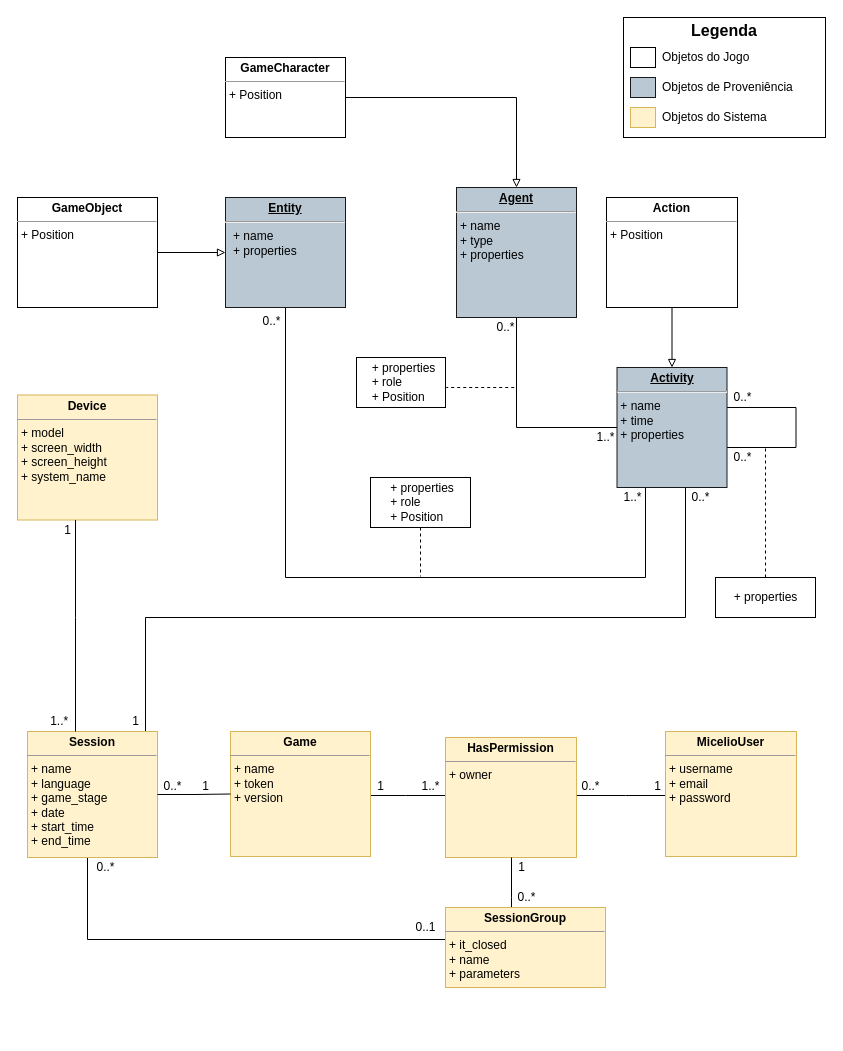
multisens/micelio keeps this draw.io diagram as page "WebAPI Class Model" (5 of 11) of Documentation/Diagramas/Modelo De Dados Proveniencia.drawio. Above is the earlier version. Source tidied: cells renumbered, new cells numbered last; positions are measured from the earlier drawing's top-left corner, leaving out a move shared by most shapes. Both pictures are drawn from the tidied source at 100%, with x=0, y=0 at pixel (17, 17).
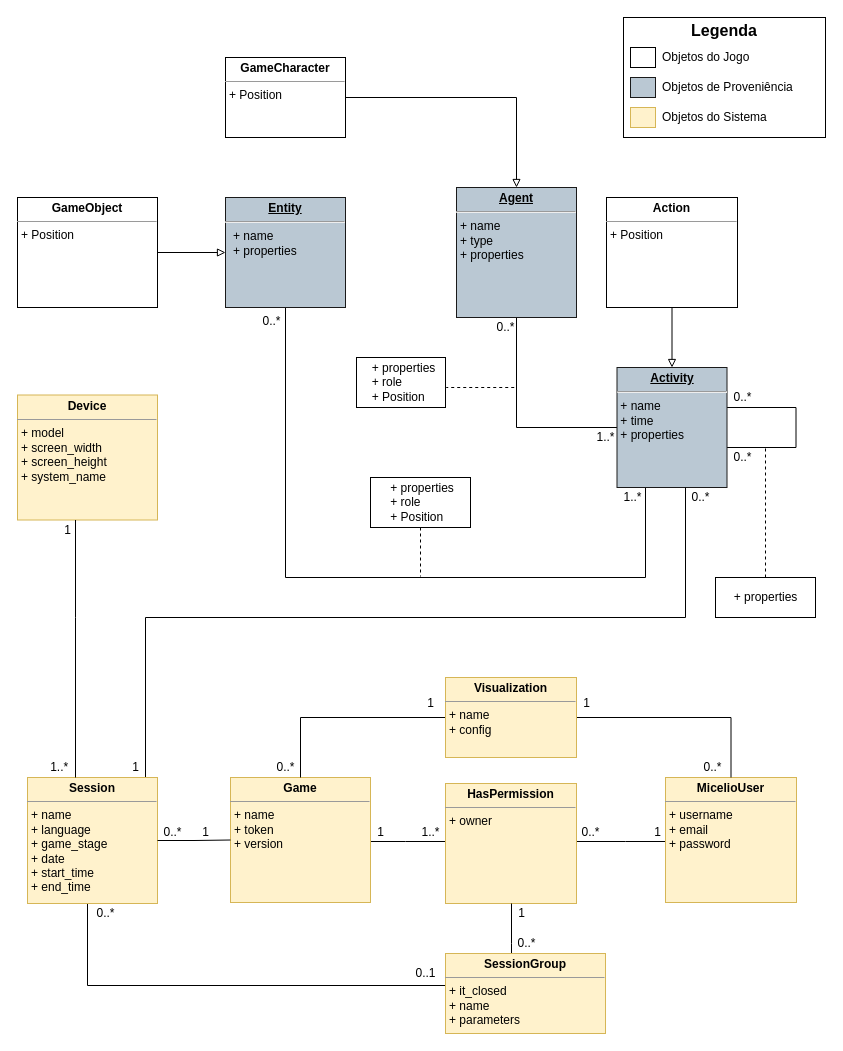
The same diagram, later.

What changed in the source:
```diff
@@
     <mxCell id="14" style="edgeStyle=orthogonalEdgeStyle;rounded=0;jettySize=auto;html=1;endArrow=none;endFill=0;" parent="1" edge="1" source="15" target="51">
       <mxGeometry relative="1" as="geometry">
         <Array as="points">
-          <mxPoint x="70" y="922" />
+          <mxPoint x="70" y="968" />
         </Array>
       </mxGeometry>
     </mxCell>
     <mxCell id="15" value="&lt;p style=&quot;margin: 0px ; margin-top: 4px ; text-align: center&quot;&gt;&lt;b&gt;Session&lt;/b&gt;&lt;/p&gt;&lt;hr size=&quot;1&quot;&gt;&lt;p style=&quot;margin: 0px ; margin-left: 4px&quot;&gt;&lt;span&gt;+ name&lt;/span&gt;&lt;br&gt;&lt;/p&gt;&lt;p style=&quot;margin: 0px ; margin-left: 4px&quot;&gt;+ language&lt;br&gt;&lt;/p&gt;&lt;p style=&quot;margin: 0px ; margin-left: 4px&quot;&gt;+ game_stage&lt;/p&gt;&lt;p style=&quot;margin: 0px ; margin-left: 4px&quot;&gt;+ date&lt;/p&gt;&lt;p style=&quot;margin: 0px ; margin-left: 4px&quot;&gt;&lt;span&gt;+ start_time&lt;/span&gt;&lt;/p&gt;&lt;p style=&quot;margin: 0px ; margin-left: 4px&quot;&gt;+ end_time&lt;/p&gt;&lt;p style=&quot;margin: 0px ; margin-left: 4px&quot;&gt;&lt;br&gt;&lt;/p&gt;" style="verticalAlign=top;align=left;overflow=fill;fontSize=12;fontFamily=Helvetica;html=1;strokeColor=#d6b656;fillColor=#fff2cc;" parent="1" vertex="1">
-      <mxGeometry x="10" y="714" width="130" height="126" as="geometry" />
+      <mxGeometry x="10" y="760" width="130" height="126" as="geometry" />
     </mxCell>
@@
     <mxCell id="17" style="edgeStyle=orthogonalEdgeStyle;rounded=0;jettySize=auto;html=1;endArrow=none;endFill=0;" parent="1" edge="1" source="18" target="47">
       <mxGeometry relative="1" as="geometry">
         <Array as="points">
-          <mxPoint x="388" y="778" />
-          <mxPoint x="388" y="778" />
+          <mxPoint x="388" y="824" />
+          <mxPoint x="388" y="824" />
         </Array>
       </mxGeometry>
     </mxCell>
     <mxCell id="18" value="&lt;p style=&quot;margin: 0px ; margin-top: 4px ; text-align: center&quot;&gt;&lt;b&gt;Game&lt;/b&gt;&lt;/p&gt;&lt;hr size=&quot;1&quot;&gt;&lt;p style=&quot;margin: 0px ; margin-left: 4px&quot;&gt;&lt;span&gt;+ name&lt;/span&gt;&lt;br&gt;&lt;/p&gt;&lt;p style=&quot;margin: 0px ; margin-left: 4px&quot;&gt;+ token&lt;/p&gt;&lt;p style=&quot;margin: 0px ; margin-left: 4px&quot;&gt;&lt;span&gt;+ version&lt;/span&gt;&lt;/p&gt;" style="verticalAlign=top;align=left;overflow=fill;fontSize=12;fontFamily=Helvetica;html=1;strokeColor=#d6b656;fillColor=#fff2cc;" parent="1" vertex="1">
-      <mxGeometry x="213" y="714" width="140" height="125" as="geometry" />
+      <mxGeometry x="213" y="760" width="140" height="125" as="geometry" />
     </mxCell>
@@
     <mxCell id="22" value="1" style="text;html=1;align=center;verticalAlign=middle;" parent="1" vertex="1">
-      <mxGeometry x="108" y="694" width="20" height="20" as="geometry" />
+      <mxGeometry x="108" y="740" width="20" height="20" as="geometry" />
     </mxCell>
@@
     <mxCell id="41" style="edgeStyle=orthogonalEdgeStyle;rounded=0;jettySize=auto;html=1;endArrow=none;endFill=0;" parent="1" edge="1" source="42" target="47">
       <mxGeometry relative="1" as="geometry">
         <Array as="points">
-          <mxPoint x="608" y="778" />
-          <mxPoint x="608" y="778" />
+          <mxPoint x="608" y="824" />
+          <mxPoint x="608" y="824" />
         </Array>
       </mxGeometry>
     </mxCell>
     <mxCell id="42" value="&lt;p style=&quot;margin: 0px ; margin-top: 4px ; text-align: center&quot;&gt;&lt;b&gt;MicelioUser&lt;/b&gt;&lt;/p&gt;&lt;hr size=&quot;1&quot;&gt;&lt;p style=&quot;margin: 0px ; margin-left: 4px&quot;&gt;&lt;span&gt;+ username&lt;/span&gt;&lt;br&gt;&lt;/p&gt;&lt;p style=&quot;margin: 0px ; margin-left: 4px&quot;&gt;+ email&lt;/p&gt;&lt;p style=&quot;margin: 0px ; margin-left: 4px&quot;&gt;+ password&lt;/p&gt;&lt;p style=&quot;margin: 0px ; margin-left: 4px&quot;&gt;&lt;/p&gt;" style="verticalAlign=top;align=left;overflow=fill;fontSize=12;fontFamily=Helvetica;html=1;strokeColor=#d6b656;fillColor=#fff2cc;" parent="1" vertex="1">
-      <mxGeometry x="648" y="714" width="131" height="125" as="geometry" />
+      <mxGeometry x="648" y="760" width="131" height="125" as="geometry" />
     </mxCell>
@@
     <mxCell id="45" value="1" style="text;html=1;align=center;verticalAlign=middle;" parent="1" vertex="1">
-      <mxGeometry x="353" y="759" width="20" height="20" as="geometry" />
+      <mxGeometry x="353" y="805" width="20" height="20" as="geometry" />
     </mxCell>
     <mxCell id="46" value="1" style="text;html=1;align=center;verticalAlign=middle;" parent="1" vertex="1">
-      <mxGeometry x="629.5" y="759" width="20" height="20" as="geometry" />
+      <mxGeometry x="629.5" y="805" width="20" height="20" as="geometry" />
     </mxCell>
     <mxCell id="47" value="&lt;p style=&quot;margin: 0px ; margin-top: 4px ; text-align: center&quot;&gt;&lt;b&gt;HasPermission&lt;/b&gt;&lt;/p&gt;&lt;hr size=&quot;1&quot;&gt;&lt;p style=&quot;margin: 0px ; margin-left: 4px&quot;&gt;&lt;span style=&quot;text-align: center&quot;&gt;+ owner&amp;nbsp;&lt;/span&gt;&lt;br&gt;&lt;/p&gt;&lt;p style=&quot;margin: 0px ; margin-left: 4px&quot;&gt;&lt;/p&gt;" style="verticalAlign=top;align=left;overflow=fill;fontSize=12;fontFamily=Helvetica;html=1;strokeColor=#d6b656;fillColor=#fff2cc;" parent="1" vertex="1">
-      <mxGeometry x="428" y="720" width="131" height="120" as="geometry" />
+      <mxGeometry x="428" y="766" width="131" height="120" as="geometry" />
     </mxCell>
     <mxCell id="48" value="1..*" style="text;html=1;align=center;verticalAlign=middle;" parent="1" vertex="1">
-      <mxGeometry x="398" y="759" width="30" height="20" as="geometry" />
+      <mxGeometry x="398" y="805" width="30" height="20" as="geometry" />
     </mxCell>
     <mxCell id="49" value="0..*" style="text;html=1;align=center;verticalAlign=middle;" parent="1" vertex="1">
-      <mxGeometry x="558" y="759" width="30" height="20" as="geometry" />
+      <mxGeometry x="558" y="805" width="30" height="20" as="geometry" />
     </mxCell>
     <mxCell id="50" style="edgeStyle=orthogonalEdgeStyle;rounded=0;jettySize=auto;html=1;endArrow=none;endFill=0;" parent="1" edge="1" source="51" target="47">
       <mxGeometry relative="1" as="geometry">
         <Array as="points">
-          <mxPoint x="494" y="880" />
-          <mxPoint x="494" y="880" />
+          <mxPoint x="494" y="926" />
+          <mxPoint x="494" y="926" />
         </Array>
       </mxGeometry>
     </mxCell>
     <mxCell id="51" value="&lt;p style=&quot;margin: 0px ; margin-top: 4px ; text-align: center&quot;&gt;&lt;b&gt;SessionGroup&lt;/b&gt;&lt;/p&gt;&lt;hr size=&quot;1&quot;&gt;&lt;p style=&quot;margin: 0px ; margin-left: 4px&quot;&gt;&lt;span style=&quot;text-align: center&quot;&gt;+ it_closed&lt;/span&gt;&lt;br&gt;&lt;/p&gt;&lt;p style=&quot;margin: 0px ; margin-left: 4px&quot;&gt;+ name&lt;/p&gt;&lt;p style=&quot;margin: 0px ; margin-left: 4px&quot;&gt;&lt;span style=&quot;text-align: center&quot;&gt;+ parameters&lt;/span&gt;&lt;/p&gt;&lt;p style=&quot;margin: 0px ; margin-left: 4px&quot;&gt;&lt;/p&gt;" style="verticalAlign=top;align=left;overflow=fill;fontSize=12;fontFamily=Helvetica;html=1;strokeColor=#d6b656;fillColor=#fff2cc;" parent="1" vertex="1">
-      <mxGeometry x="428" y="890" width="160" height="80" as="geometry" />
+      <mxGeometry x="428" y="936" width="160" height="80" as="geometry" />
     </mxCell>
@@
     <mxCell id="54" value="&amp;nbsp;1..*" style="text;html=1;align=center;verticalAlign=middle;" parent="1" vertex="1">
-      <mxGeometry x="20" y="694" width="40" height="20" as="geometry" />
+      <mxGeometry x="20" y="740" width="40" height="20" as="geometry" />
     </mxCell>
     <mxCell id="55" style="edgeStyle=orthogonalEdgeStyle;rounded=0;jettySize=auto;html=1;endArrow=none;endFill=0;" parent="1" edge="1" source="15" target="18">
-      <mxGeometry x="148" y="555" as="geometry" />
+      <mxGeometry x="148" y="601" as="geometry" />
     </mxCell>
     <mxCell id="56" value="1" style="text;html=1;align=center;verticalAlign=middle;" parent="1" vertex="1">
-      <mxGeometry x="178" y="759" width="20" height="20" as="geometry" />
+      <mxGeometry x="178" y="805" width="20" height="20" as="geometry" />
     </mxCell>
     <mxCell id="57" value="0..*" style="text;html=1;align=center;verticalAlign=middle;" parent="1" vertex="1">
-      <mxGeometry x="140" y="759" width="30" height="20" as="geometry" />
+      <mxGeometry x="140" y="805" width="30" height="20" as="geometry" />
     </mxCell>
     <mxCell id="58" value="0..1" style="text;html=1;align=center;verticalAlign=middle;" parent="1" vertex="1">
-      <mxGeometry x="388" y="900" width="40" height="20" as="geometry" />
+      <mxGeometry x="388" y="946" width="40" height="20" as="geometry" />
     </mxCell>
     <mxCell id="59" value="0..*" style="text;html=1;align=center;verticalAlign=middle;" parent="1" vertex="1">
-      <mxGeometry x="73" y="840" width="30" height="20" as="geometry" />
+      <mxGeometry x="73" y="886" width="30" height="20" as="geometry" />
     </mxCell>
     <mxCell id="60" value="1" style="text;html=1;align=center;verticalAlign=middle;" parent="1" vertex="1">
-      <mxGeometry x="494" y="840" width="20" height="20" as="geometry" />
+      <mxGeometry x="494" y="886" width="20" height="20" as="geometry" />
     </mxCell>
     <mxCell id="61" value="0..*" style="text;html=1;align=center;verticalAlign=middle;" parent="1" vertex="1">
-      <mxGeometry x="494" y="870" width="30" height="20" as="geometry" />
+      <mxGeometry x="494" y="916" width="30" height="20" as="geometry" />
     </mxCell>
+    <mxCell id="62" style="edgeStyle=orthogonalEdgeStyle;rounded=0;jettySize=auto;html=1;strokeColor=#000000;endArrow=none;endFill=0;" parent="1" edge="1" source="64" target="42">
+      <mxGeometry relative="1" as="geometry" />
+    </mxCell>
+    <mxCell id="63" style="edgeStyle=orthogonalEdgeStyle;rounded=0;jettySize=auto;html=1;entryX=0.5;entryY=0;entryDx=0;entryDy=0;endArrow=none;endFill=0;strokeColor=#000000;" parent="1" edge="1" source="64" target="18">
+      <mxGeometry relative="1" as="geometry" />
+    </mxCell>
+    <mxCell id="64" value="&lt;p style=&quot;margin: 0px ; margin-top: 4px ; text-align: center&quot;&gt;&lt;b&gt;Visualization&lt;/b&gt;&lt;/p&gt;&lt;hr size=&quot;1&quot;&gt;&lt;p style=&quot;margin: 0px ; margin-left: 4px&quot;&gt;&lt;span style=&quot;text-align: center&quot;&gt;+ name&lt;/span&gt;&lt;br&gt;&lt;/p&gt;&lt;p style=&quot;margin: 0px ; margin-left: 4px&quot;&gt;+ config&lt;/p&gt;&lt;p style=&quot;margin: 0px ; margin-left: 4px&quot;&gt;&lt;/p&gt;" style="verticalAlign=top;align=left;overflow=fill;fontSize=12;fontFamily=Helvetica;html=1;strokeColor=#d6b656;fillColor=#fff2cc;" parent="1" vertex="1">
+      <mxGeometry x="428" y="660" width="131" height="80" as="geometry" />
+    </mxCell>
+    <mxCell id="65" value="1" style="text;html=1;align=center;verticalAlign=middle;" parent="1" vertex="1">
+      <mxGeometry x="559" y="676" width="20" height="20" as="geometry" />
+    </mxCell>
+    <mxCell id="66" value="1" style="text;html=1;align=center;verticalAlign=middle;" parent="1" vertex="1">
+      <mxGeometry x="403" y="676" width="20" height="20" as="geometry" />
+    </mxCell>
+    <mxCell id="67" value="0..*" style="text;html=1;align=center;verticalAlign=middle;" parent="1" vertex="1">
+      <mxGeometry x="253" y="740" width="30" height="20" as="geometry" />
+    </mxCell>
+    <mxCell id="68" value="0..*" style="text;html=1;align=center;verticalAlign=middle;" parent="1" vertex="1">
+      <mxGeometry x="679.5" y="740" width="30" height="20" as="geometry" />
+    </mxCell>
```
